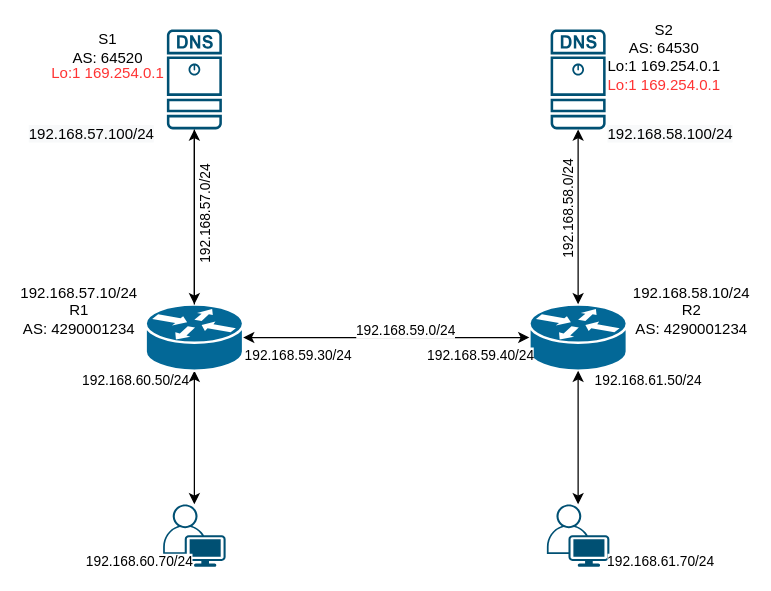
BahmaniAlireza/anycast-bgp-dns keeps this draw.io diagram as bgp-anycast-dns.drawio. Above is the earlier version. Source tidied: cells renumbered, new cells numbered last; positions are measured from the earlier drawing's top-left corner, leaving out a move shared by most shapes. Both pictures are drawn from the tidied source at 125%, with x=0, y=0 at pixel (26, 29).
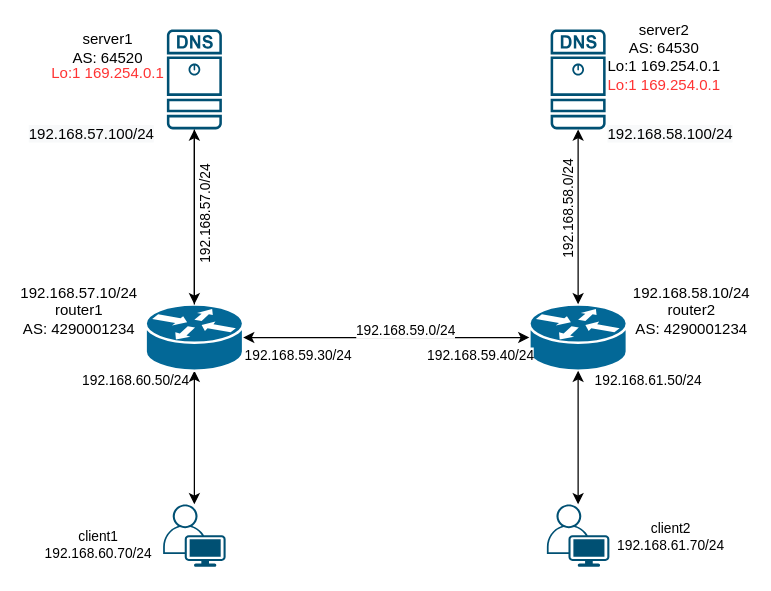
After the change.

The edit, as a diff of the source:
```diff
@@
-    <mxCell id="12" value="S1&lt;br&gt;AS:&amp;nbsp;64520&lt;br&gt;" style="text;html=1;strokeColor=none;fillColor=none;align=center;verticalAlign=middle;whiteSpace=wrap;rounded=0;" parent="1" vertex="1">
+    <mxCell id="12" value="server1&lt;br&gt;AS:&amp;nbsp;64520" style="text;html=1;strokeColor=none;fillColor=none;align=center;verticalAlign=middle;whiteSpace=wrap;rounded=0;" parent="1" vertex="1">
       <mxGeometry x="35" width="60" height="30" as="geometry" />
     </mxCell>
-    <mxCell id="13" value="S2&lt;br&gt;AS:&amp;nbsp;64530&lt;br&gt;Lo:1&amp;nbsp;169.254.0.1" style="text;html=1;strokeColor=none;fillColor=none;align=center;verticalAlign=middle;whiteSpace=wrap;rounded=0;" parent="1" vertex="1">
+    <mxCell id="13" value="server2&lt;br&gt;AS:&amp;nbsp;64530&lt;br&gt;Lo:1&amp;nbsp;169.254.0.1" style="text;html=1;strokeColor=none;fillColor=none;align=center;verticalAlign=middle;whiteSpace=wrap;rounded=0;" parent="1" vertex="1">
       <mxGeometry x="480" width="60" height="30" as="geometry" />
     </mxCell>
-    <mxCell id="14" value="192.168.57.10/24&lt;br&gt;R1&lt;br&gt;AS:&amp;nbsp;4290001234" style="text;html=1;strokeColor=none;fillColor=none;align=center;verticalAlign=middle;whiteSpace=wrap;rounded=0;" parent="1" vertex="1">
+    <mxCell id="14" value="192.168.57.10/24&lt;br&gt;router1&lt;br&gt;AS:&amp;nbsp;4290001234" style="text;html=1;strokeColor=none;fillColor=none;align=center;verticalAlign=middle;whiteSpace=wrap;rounded=0;" parent="1" vertex="1">
       <mxGeometry x="12" y="210" width="60" height="30" as="geometry" />
     </mxCell>
-    <mxCell id="15" value="192.168.58.10/24&lt;br&gt;R2&lt;br&gt;AS:&amp;nbsp;4290001234" style="text;html=1;strokeColor=none;fillColor=none;align=center;verticalAlign=middle;whiteSpace=wrap;rounded=0;" parent="1" vertex="1">
+    <mxCell id="15" value="192.168.58.10/24&lt;br&gt;router2&lt;br&gt;AS:&amp;nbsp;4290001234" style="text;html=1;strokeColor=none;fillColor=none;align=center;verticalAlign=middle;whiteSpace=wrap;rounded=0;" parent="1" vertex="1">
       <mxGeometry x="502" y="210" width="60" height="30" as="geometry" />
     </mxCell>
@@
-    <mxCell id="26" value="192.168.61.70/24" style="edgeLabel;html=1;align=center;verticalAlign=middle;" parent="1" vertex="1">
-      <mxGeometry x="502" y="425" as="geometry">
+    <mxCell id="26" value="client2&lt;br&gt;192.168.61.70/24" style="edgeLabel;html=1;align=center;verticalAlign=middle;" parent="1" vertex="1">
+      <mxGeometry x="510" y="405" as="geometry">
         <mxPoint x="4" as="offset" />
       </mxGeometry>
     </mxCell>
@@
-    <mxCell id="28" value="192.168.60.70/24" style="edgeLabel;html=1;align=center;verticalAlign=middle;" parent="1" vertex="1">
-      <mxGeometry x="85" y="425" as="geometry">
+    <mxCell id="28" value="&lt;br&gt;client1&lt;br&gt;192.168.60.70/24" style="edgeLabel;html=1;align=center;verticalAlign=middle;" parent="1" vertex="1">
+      <mxGeometry x="52" y="405" as="geometry">
         <mxPoint x="4" as="offset" />
       </mxGeometry>
     </mxCell>
```
